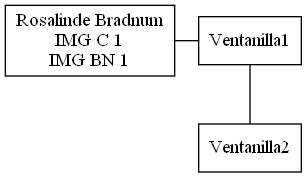
This is Fase1/listaVentanillas.png from d-acetun/simulacion-sistema-impresion-de-imagenes, a Graphviz export, as it was before one commit. Its source is kept beside it as Fase1/listaVentanillas.dot.
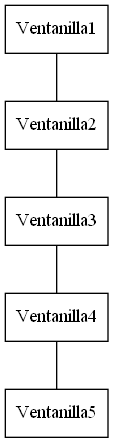
The same diagram one commit later.

Change to the diagram source:
```diff
@@ -2,10 +2,13 @@
 node[shape=box]
 edge[arrowhead=none]
 0 [label=Ventanilla1]
-1 [label="Rosalinde Bradnum\nIMG C 1\nIMG BN 1"]
-2 [label=Ventanilla2]
-1->0
-0->2
-{rank=same; 1; 0}
+1 [label=Ventanilla2]
+2 [label=Ventanilla3]
+3 [label=Ventanilla4]
+4 [label=Ventanilla5]
+0->1
+1->2
+2->3
+3->4
 rankdir=TB
 }
```
